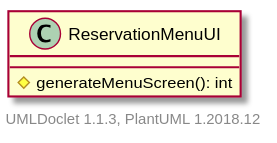
Above: projects/oodp/html/umlversion/uml/sg.edu.ntu.scse.cz2002.ui.ReservationMenuUI.svg in itachi1706/How-to-use-Git-NTUSCSE1819-Site (PlantUML), before the change. The source it was exported from:
```plantuml
@startuml

    class ReservationMenuUI {
        #generateMenuScreen(): int
    }


    center footer UMLDoclet 1.1.3, PlantUML 1.2018.12
@enduml
```
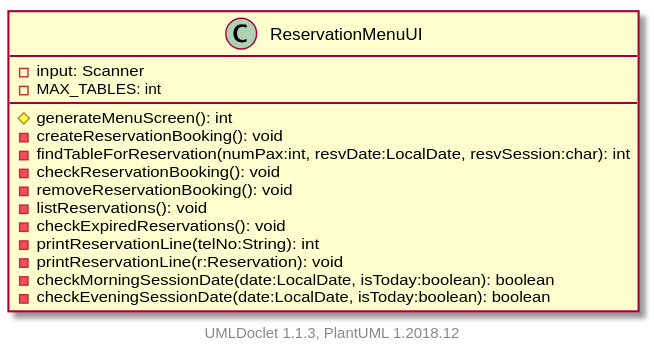
Above is the later version.

The edit, as a diff of the source:
```diff
@@ -1,7 +1,19 @@
 @startuml
 
-    class ReservationMenuUI {
+    class ReservationMenuUI [[../sg/edu/ntu/scse/cz2002/ui/ReservationMenuUI.html]] {
+        -input: Scanner
+        -MAX_TABLES: int
         #generateMenuScreen(): int
+        -createReservationBooking(): void
+        -findTableForReservation(numPax:int, resvDate:LocalDate, resvSession:char): int
+        -checkReservationBooking(): void
+        -removeReservationBooking(): void
+        -listReservations(): void
+        -checkExpiredReservations(): void
+        -printReservationLine(telNo:String): int
+        -printReservationLine(r:Reservation): void
+        -checkMorningSessionDate(date:LocalDate, isToday:boolean): boolean
+        -checkEveningSessionDate(date:LocalDate, isToday:boolean): boolean
     }
 
 
```
